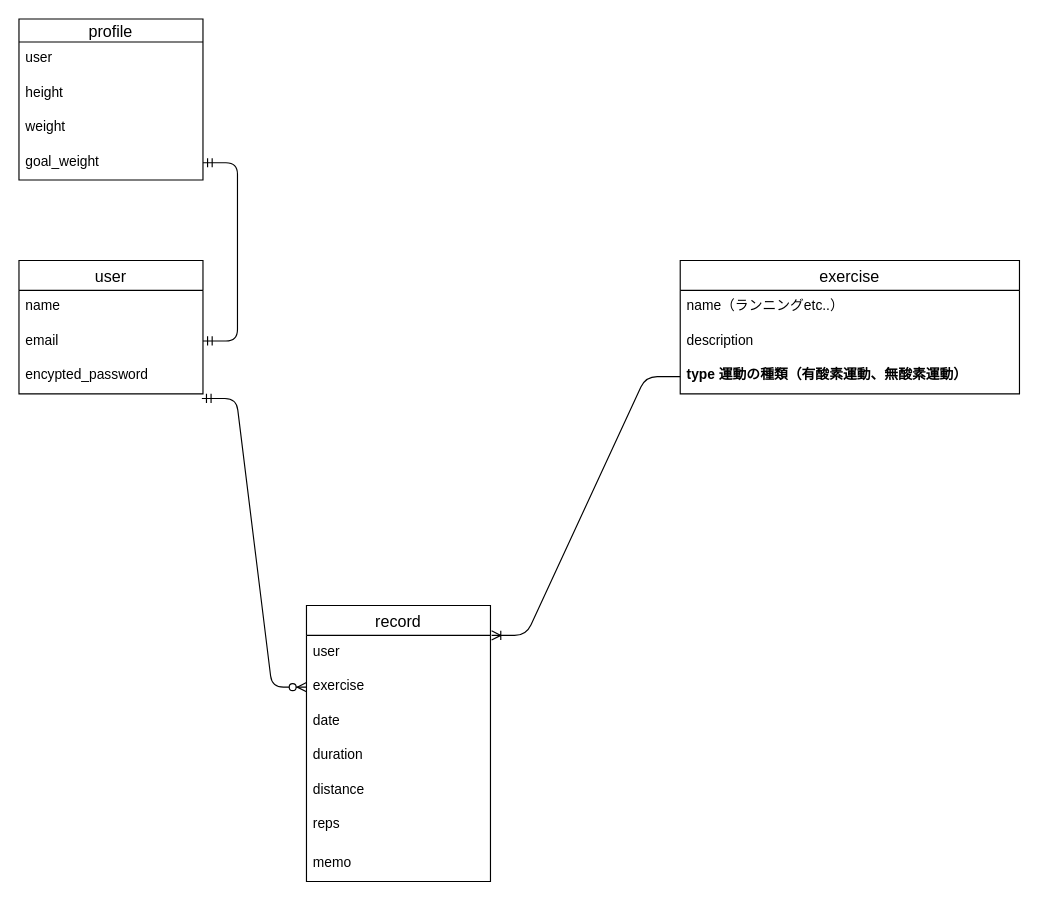
This is page "ページ1" (1 of 2) of test.dio from yuuuuuuuka/my_training, a draw.io file, before an edit. Source tidied: cells renumbered, new cells numbered last; positions are measured from the earlier drawing's top-left corner, leaving out a move shared by most shapes. Both pictures are drawn from the tidied source at 115%, with x=0, y=0 at pixel (18, 18).
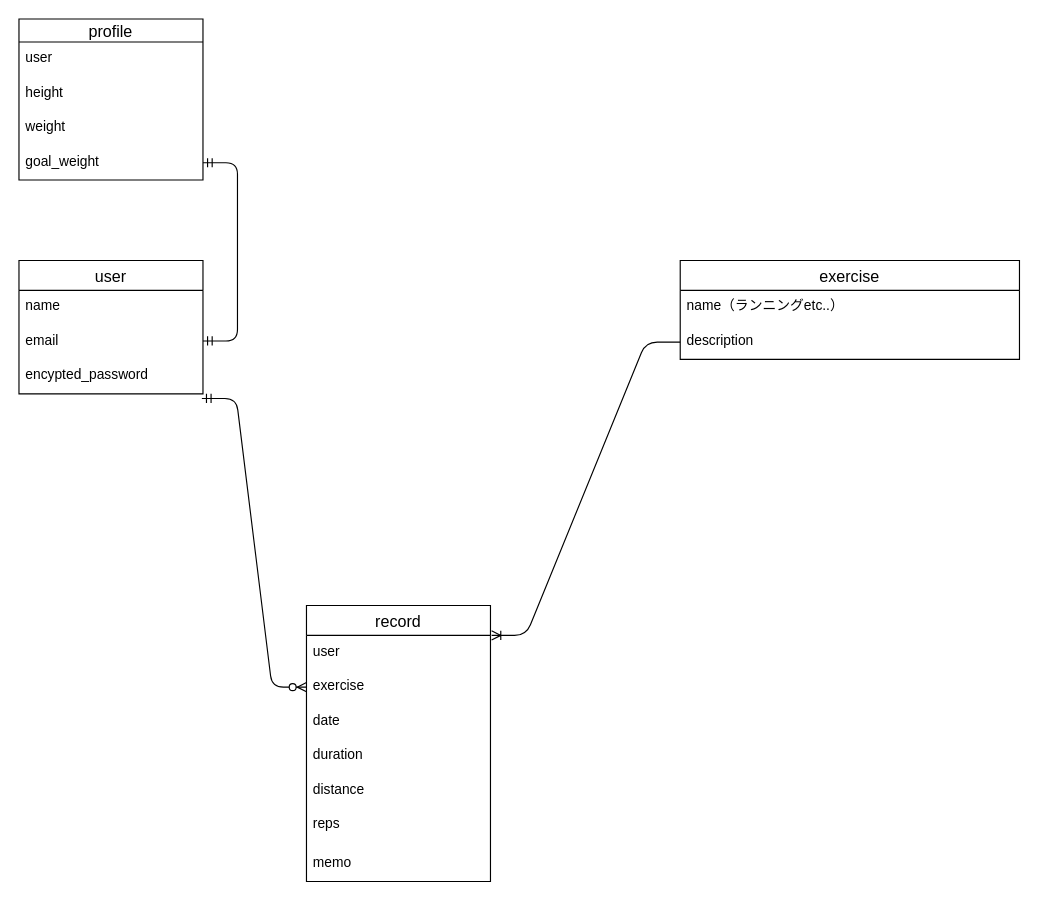
After the change.

The change refers to these unchanged cells:
```xml
<mxCell id="8" value="description" style="text;strokeColor=none;fillColor=none;spacingLeft=4;spacingRight=4;overflow=hidden;points=[[0,0.5],[1,0.5]];portConstraint=eastwest;fontSize=12;" parent="6" vertex="1">
  <mxGeometry y="56" width="295" height="30" as="geometry" />
</mxCell>
<mxCell id="11" value="user" style="text;strokeColor=none;fillColor=none;spacingLeft=4;spacingRight=4;overflow=hidden;points=[[0,0.5],[1,0.5]];portConstraint=eastwest;fontSize=12;" parent="10" vertex="1">
  <mxGeometry y="26" width="160" height="30" as="geometry" />
</mxCell>
```

What changed in the source:
```diff
@@
     <mxCell id="6" value="exercise" style="swimlane;fontStyle=0;horizontal=1;startSize=26;align=center;fontSize=14;" parent="1" vertex="1">
-      <mxGeometry x="575" y="210" width="295" height="116" as="geometry" />
+      <mxGeometry x="575" y="210" width="295" height="86" as="geometry" />
     </mxCell>
@@
-    <mxCell id="9" value="type 運動の種類（有酸素運動、無酸素運動）" style="text;strokeColor=none;fillColor=none;spacingLeft=4;spacingRight=4;overflow=hidden;points=[[0,0.5],[1,0.5]];portConstraint=eastwest;fontSize=12;fontStyle=1;" parent="6" vertex="1">
-      <mxGeometry y="86" width="295" height="30" as="geometry" />
-    </mxCell>
@@
-    <mxCell id="18" style="edgeStyle=entityRelationEdgeStyle;fontSize=12;html=1;endArrow=ERoneToMany;entryX=1.006;entryY=0;entryDx=0;entryDy=0;entryPerimeter=0;startArrow=none;" parent="1" edge="1" source="9" target="11">
+    <mxCell id="18" style="edgeStyle=entityRelationEdgeStyle;fontSize=12;html=1;endArrow=ERoneToMany;entryX=1.006;entryY=0;entryDx=0;entryDy=0;entryPerimeter=0;startArrow=none;" parent="1" edge="1" source="8" target="11">
       <mxGeometry relative="1" as="geometry" />
     </mxCell>
```
